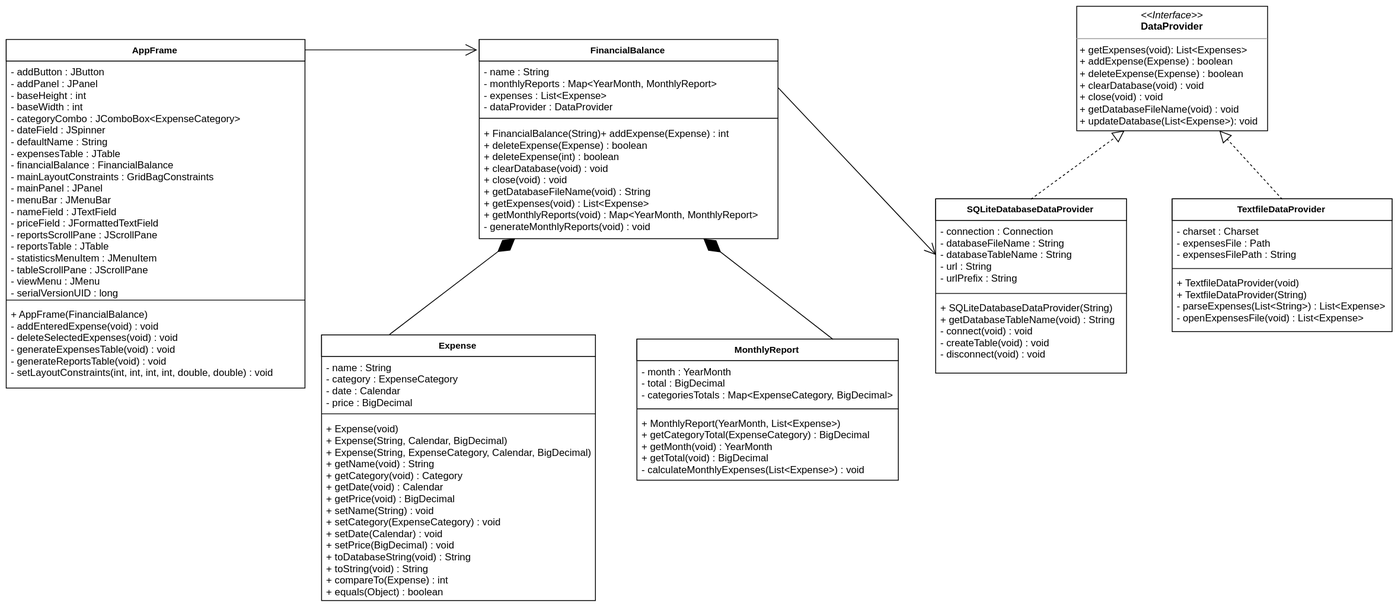
Before: doc/ClassDiagram.svg, a diagram exported from draw.io (JanWilczek/FinancialBalance). Source tidied: cells renumbered, new cells last; positions are measured from the earlier drawing's top-left corner, leaving out a move shared by most shapes.
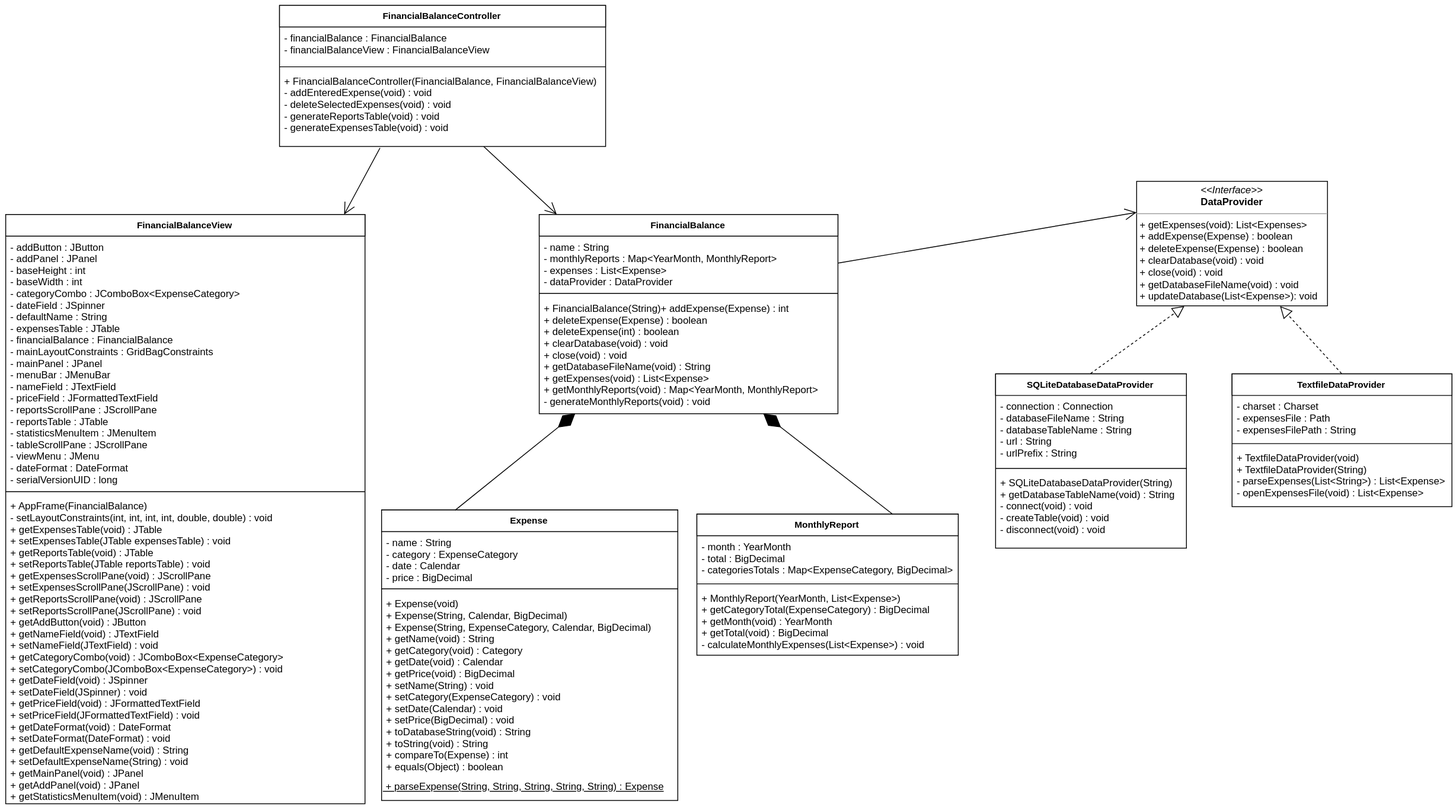
After the commit.

Change to the diagram source:
```diff
@@ -14,17 +14,17 @@
     <mxCell id="5" value="+ FinancialBalance(String)+ addExpense(Expense) : int&#10;+ deleteExpense(Expense) : boolean&#10;+ deleteExpense(int) : boolean&#10;+ clearDatabase(void) : void&#10;+ close(void) : void&#10;+ getDatabaseFileName(void) : String&#10;+ getExpenses(void) : List&lt;Expense&gt;&#10;+ getMonthlyReports(void) : Map&lt;YearMonth, MonthlyReport&gt;&#10;- generateMonthlyReports(void) : void&#10;&#10;" style="text;strokeColor=none;fillColor=none;align=left;verticalAlign=top;spacingLeft=4;spacingRight=4;overflow=hidden;points=[[0,0.5],[1,0.5]];portConstraint=eastwest;" parent="2" vertex="1">
       <mxGeometry y="100" width="360" height="140" as="geometry" />
     </mxCell>
-    <mxCell id="6" value="AppFrame" style="swimlane;fontStyle=1;align=center;verticalAlign=top;horizontal=1;startSize=26;swimlaneFillColor=#ffffff;fontSize=11;" parent="1" vertex="1">
-      <mxGeometry y="40" width="360" height="420" as="geometry" />
+    <mxCell id="6" value="FinancialBalanceView" style="swimlane;fontStyle=1;align=center;verticalAlign=top;horizontal=1;startSize=26;swimlaneFillColor=#ffffff;fontSize=11;" parent="1" vertex="1">
+      <mxGeometry x="-73" y="40" width="433" height="710" as="geometry" />
     </mxCell>
-    <mxCell id="7" value="- addButton : JButton&#10;- addPanel : JPanel&#10;- baseHeight : int&#10;- baseWidth : int&#10;- categoryCombo : JComboBox&lt;ExpenseCategory&gt;&#10;- dateField : JSpinner&#10;- defaultName : String&#10;- expensesTable : JTable&#10;- financialBalance : FinancialBalance&#10;- mainLayoutConstraints : GridBagConstraints&#10;- mainPanel : JPanel&#10;- menuBar : JMenuBar&#10;- nameField : JTextField&#10;- priceField : JFormattedTextField&#10;- reportsScrollPane : JScrollPane&#10;- reportsTable : JTable&#10;- statisticsMenuItem : JMenuItem&#10;- tableScrollPane : JScrollPane&#10;- viewMenu : JMenu&#10;- serialVersionUID : long&#10;&#10;" style="text;strokeColor=none;fillColor=none;align=left;verticalAlign=top;spacingLeft=4;spacingRight=4;overflow=hidden;" parent="6" vertex="1">
-      <mxGeometry y="26" width="360" height="284" as="geometry" />
+    <mxCell id="7" value="- addButton : JButton&#10;- addPanel : JPanel&#10;- baseHeight : int&#10;- baseWidth : int&#10;- categoryCombo : JComboBox&lt;ExpenseCategory&gt;&#10;- dateField : JSpinner&#10;- defaultName : String&#10;- expensesTable : JTable&#10;- financialBalance : FinancialBalance&#10;- mainLayoutConstraints : GridBagConstraints&#10;- mainPanel : JPanel&#10;- menuBar : JMenuBar&#10;- nameField : JTextField&#10;- priceField : JFormattedTextField&#10;- reportsScrollPane : JScrollPane&#10;- reportsTable : JTable&#10;- statisticsMenuItem : JMenuItem&#10;- tableScrollPane : JScrollPane&#10;- viewMenu : JMenu&#10;- dateFormat : DateFormat&#10;- serialVersionUID : long&#10;&#10;" style="text;strokeColor=none;fillColor=none;align=left;verticalAlign=top;spacingLeft=4;spacingRight=4;overflow=hidden;" parent="6" vertex="1">
+      <mxGeometry y="26" width="433" height="304" as="geometry" />
     </mxCell>
     <mxCell id="8" style="line;strokeWidth=1;fillColor=none;align=left;verticalAlign=middle;spacingTop=-1;spacingLeft=3;spacingRight=3;labelPosition=right;" parent="6" vertex="1">
-      <mxGeometry y="310" width="360" height="8" as="geometry" />
+      <mxGeometry y="330" width="433" height="8" as="geometry" />
     </mxCell>
-    <mxCell id="9" value="+ AppFrame(FinancialBalance)&#10;- addEnteredExpense(void) : void&#10;- deleteSelectedExpenses(void) : void&#10;- generateExpensesTable(void) : void&#10;- generateReportsTable(void) : void&#10;- setLayoutConstraints(int, int, int, int, double, double) : void" style="text;strokeColor=none;fillColor=none;align=left;verticalAlign=top;spacingLeft=4;spacingRight=4;overflow=hidden;" parent="6" vertex="1">
-      <mxGeometry y="318" width="360" height="102" as="geometry" />
+    <mxCell id="9" value="+ AppFrame(FinancialBalance)&#10;- setLayoutConstraints(int, int, int, int, double, double) : void&#10;+ getExpensesTable(void) : JTable&#10;+ setExpensesTable(JTable expensesTable) : void&#10;+ getReportsTable(void) : JTable&#10;+ setReportsTable(JTable reportsTable) : void&#10;+ getExpensesScrollPane(void) : JScrollPane&#10;+ setExpensesScrollPane(JScrollPane) : void&#10;+ getReportsScrollPane(void) : JScrollPane&#10;+ setReportsScrollPane(JScrollPane) : void&#10;+ getAddButton(void) : JButton&#10;+ getNameField(void) : JTextField&#10;+ setNameField(JTextField) : void&#10;+ getCategoryCombo(void) : JComboBox&lt;ExpenseCategory&gt;&#10;+ setCategoryCombo(JComboBox&lt;ExpenseCategory&gt;) : void&#10;+ getDateField(void) : JSpinner&#10;+ setDateField(JSpinner) : void&#10;+ getPriceField(void) : JFormattedTextField&#10;+ setPriceField(JFormattedTextField) : void&#10;+ getDateFormat(void) : DateFormat&#10;+ setDateFormat(DateFormat) : void&#10;+ getDefaultExpenseName(void) : String&#10;+ setDefaultExpenseName(String) : void&#10;+ getMainPanel(void) : JPanel&#10;+ getAddPanel(void) : JPanel&#10;+ getStatisticsMenuItem(void) : JMenuItem" style="text;strokeColor=none;fillColor=none;align=left;verticalAlign=top;spacingLeft=4;spacingRight=4;overflow=hidden;" parent="6" vertex="1">
+      <mxGeometry y="338" width="433" height="372" as="geometry" />
     </mxCell>
     <mxCell id="10" value="&lt;p style=&quot;margin: 0px ; margin-top: 4px ; text-align: center&quot;&gt;&lt;i&gt;&amp;lt;&amp;lt;Interface&amp;gt;&amp;gt;&lt;/i&gt;&lt;br&gt;&lt;b&gt;DataProvider&lt;/b&gt;&lt;/p&gt;&lt;hr size=&quot;1&quot;&gt;&lt;p style=&quot;margin: 0px ; margin-left: 4px&quot;&gt;&lt;/p&gt;&lt;p style=&quot;margin: 0px ; margin-left: 4px&quot;&gt;+ getExpenses(void): List&amp;lt;Expenses&amp;gt;&lt;br&gt;+ addExpense(Expense) : boolean&lt;/p&gt;&lt;p style=&quot;margin: 0px ; margin-left: 4px&quot;&gt;+ deleteExpense(Expense) : boolean&lt;/p&gt;&lt;p style=&quot;margin: 0px ; margin-left: 4px&quot;&gt;+ clearDatabase(void) : void&lt;/p&gt;&lt;p style=&quot;margin: 0px ; margin-left: 4px&quot;&gt;+ close(void) : void&lt;/p&gt;&lt;p style=&quot;margin: 0px ; margin-left: 4px&quot;&gt;+ getDatabaseFileName(void) : void&lt;/p&gt;&lt;p style=&quot;margin: 0px ; margin-left: 4px&quot;&gt;+ updateDatabase(List&amp;lt;Expense&amp;gt;): void&lt;/p&gt;" style="verticalAlign=top;align=left;overflow=fill;fontSize=12;fontFamily=Helvetica;html=1;" parent="1" vertex="1">
       <mxGeometry x="1290" width="230" height="150" as="geometry" />
@@ -59,24 +59,27 @@
     <mxCell id="20" style="endArrow=block;dashed=1;endFill=0;endSize=12;html=1;fontSize=11;entryX=0.25;entryY=1;exitX=0.5;exitY=0;" parent="1" edge="1" source="15" target="10">
       <mxGeometry relative="1" as="geometry" />
     </mxCell>
-    <mxCell id="21" style="endArrow=open;endFill=1;endSize=12;html=1;fontSize=11;entryX=-0.007;entryY=0.053;exitX=1;exitY=0.031;entryPerimeter=0;exitPerimeter=0;" parent="1" edge="1" source="6" target="2">
+    <mxCell id="21" style="endArrow=open;endFill=1;endSize=12;html=1;fontSize=11;entryX=0.057;entryY=0;entryPerimeter=0;" parent="1" edge="1" source="37" target="2">
       <mxGeometry relative="1" as="geometry" />
     </mxCell>
-    <mxCell id="22" style="endArrow=open;endFill=1;endSize=12;html=1;fontSize=11;entryX=0;entryY=0.5;exitX=1;exitY=0.5;" parent="1" edge="1" source="3" target="16">
+    <mxCell id="22" style="endArrow=open;endFill=1;endSize=12;html=1;fontSize=11;entryX=0;entryY=0.25;exitX=1;exitY=0.5;" parent="1" edge="1" source="3" target="10">
       <mxGeometry relative="1" as="geometry" />
     </mxCell>
     <mxCell id="23" value="Expense" style="swimlane;fontStyle=1;align=center;verticalAlign=top;horizontal=1;startSize=26;swimlaneFillColor=#ffffff;fontSize=11;" parent="1" vertex="1">
-      <mxGeometry x="380" y="396" width="330" height="320" as="geometry" />
+      <mxGeometry x="380" y="396" width="357" height="350" as="geometry" />
     </mxCell>
     <mxCell id="24" value="- name : String&#10;- category : ExpenseCategory&#10;- date : Calendar&#10;- price : BigDecimal" style="text;strokeColor=none;fillColor=none;align=left;verticalAlign=top;spacingLeft=4;spacingRight=4;overflow=hidden;" parent="23" vertex="1">
-      <mxGeometry y="26" width="330" height="64" as="geometry" />
+      <mxGeometry y="26" width="357" height="64" as="geometry" />
     </mxCell>
     <mxCell id="25" style="line;strokeWidth=1;fillColor=none;align=left;verticalAlign=middle;spacingTop=-1;spacingLeft=3;spacingRight=3;labelPosition=right;" parent="23" vertex="1">
-      <mxGeometry y="90" width="330" height="10" as="geometry" />
+      <mxGeometry y="90" width="357" height="10" as="geometry" />
     </mxCell>
-    <mxCell id="26" value="+ Expense(void)&#10;+ Expense(String, Calendar, BigDecimal)&#10;+ Expense(String, ExpenseCategory, Calendar, BigDecimal)&#10;+ getName(void) : String&#10;+ getCategory(void) : Category&#10;+ getDate(void) : Calendar&#10;+ getPrice(void) : BigDecimal&#10;+ setName(String) : void&#10;+ setCategory(ExpenseCategory) : void&#10;+ setDate(Calendar) : void&#10;+ setPrice(BigDecimal) : void&#10;+ toDatabaseString(void) : String&#10;+ toString(void) : String&#10;+ compareTo(Expense) : int&#10;+ equals(Object) : boolean" style="text;strokeColor=none;fillColor=none;align=left;verticalAlign=top;spacingLeft=4;spacingRight=4;overflow=hidden;" parent="23" vertex="1">
-      <mxGeometry y="100" width="330" height="220" as="geometry" />
+    <mxCell id="26" value="+ Expense(void)&#10;+ Expense(String, Calendar, BigDecimal)&#10;+ Expense(String, ExpenseCategory, Calendar, BigDecimal)&#10;+ getName(void) : String&#10;+ getCategory(void) : Category&#10;+ getDate(void) : Calendar&#10;+ getPrice(void) : BigDecimal&#10;+ setName(String) : void&#10;+ setCategory(ExpenseCategory) : void&#10;+ setDate(Calendar) : void&#10;+ setPrice(BigDecimal) : void&#10;+ toDatabaseString(void) : String&#10;+ toString(void) : String&#10;+ compareTo(Expense) : int&#10;+ equals(Object) : boolean" style="text;strokeColor=none;fillColor=none;align=left;verticalAlign=top;spacingLeft=4;spacingRight=4;overflow=hidden;fontStyle=0;" parent="23" vertex="1">
+      <mxGeometry y="100" width="357" height="220" as="geometry" />
     </mxCell>
+    <mxCell id="33" value="&lt;span style=&quot;color: rgb(0 , 0 , 0) ; font-family: &amp;#34;helvetica&amp;#34; ; font-size: 12px ; font-style: normal ; font-weight: 400 ; letter-spacing: normal ; text-align: left ; text-indent: 0px ; text-transform: none ; white-space: nowrap ; word-spacing: 0px ; display: inline ; float: none&quot;&gt;&amp;nbsp;+ parseExpense(String, String, String, String, String) : Expense&lt;/span&gt;" style="text;html=1;fontSize=11;fontStyle=4;" parent="23" vertex="1">
+      <mxGeometry y="320" width="357" height="30" as="geometry" />
+    </mxCell>
     <mxCell id="27" value="MonthlyReport" style="swimlane;fontStyle=1;align=center;verticalAlign=top;horizontal=1;startSize=26;swimlaneFillColor=#ffffff;fontSize=11;" parent="1" vertex="1">
       <mxGeometry x="760" y="401" width="315" height="170" as="geometry" />
     </mxCell>
@@ -95,5 +98,20 @@
     <mxCell id="32" style="endArrow=diamondThin;endFill=1;endSize=24;html=1;fontSize=11;exitX=0.75;exitY=0;" parent="1" edge="1" source="27" target="5">
       <mxGeometry relative="1" as="geometry" />
     </mxCell>
+    <mxCell id="34" value="FinancialBalanceController" style="swimlane;fontStyle=1;align=center;verticalAlign=top;horizontal=1;startSize=26;swimlaneFillColor=#ffffff;fontSize=11;" parent="1" vertex="1">
+      <mxGeometry x="257" y="-212" width="393" height="170" as="geometry" />
+    </mxCell>
+    <mxCell id="35" value="- financialBalance : FinancialBalance&#10;- financialBalanceView : FinancialBalanceView" style="text;strokeColor=none;fillColor=none;align=left;verticalAlign=top;spacingLeft=4;spacingRight=4;overflow=hidden;" parent="34" vertex="1">
+      <mxGeometry y="26" width="393" height="44" as="geometry" />
+    </mxCell>
+    <mxCell id="36" style="line;strokeWidth=1;fillColor=none;align=left;verticalAlign=middle;spacingTop=-1;spacingLeft=3;spacingRight=3;labelPosition=right;" parent="34" vertex="1">
+      <mxGeometry y="70" width="393" height="8" as="geometry" />
+    </mxCell>
+    <mxCell id="37" value="+ FinancialBalanceController(FinancialBalance, FinancialBalanceView)&#10;- addEnteredExpense(void) : void&#10;- deleteSelectedExpenses(void) : void&#10;- generateReportsTable(void) : void&#10;- generateExpensesTable(void) : void" style="text;strokeColor=none;fillColor=none;align=left;verticalAlign=top;spacingLeft=4;spacingRight=4;overflow=hidden;points=[[0,0.5],[1,0.5]];portConstraint=eastwest;" parent="34" vertex="1">
+      <mxGeometry y="78" width="393" height="92" as="geometry" />
+    </mxCell>
+    <mxCell id="38" style="endArrow=open;endFill=1;endSize=12;html=1;fontSize=11;exitX=0.309;exitY=1.022;exitPerimeter=0;" parent="1" edge="1" source="37" target="6">
+      <mxGeometry relative="1" as="geometry" />
+    </mxCell>
   </root>
 </mxGraphModel>
```
